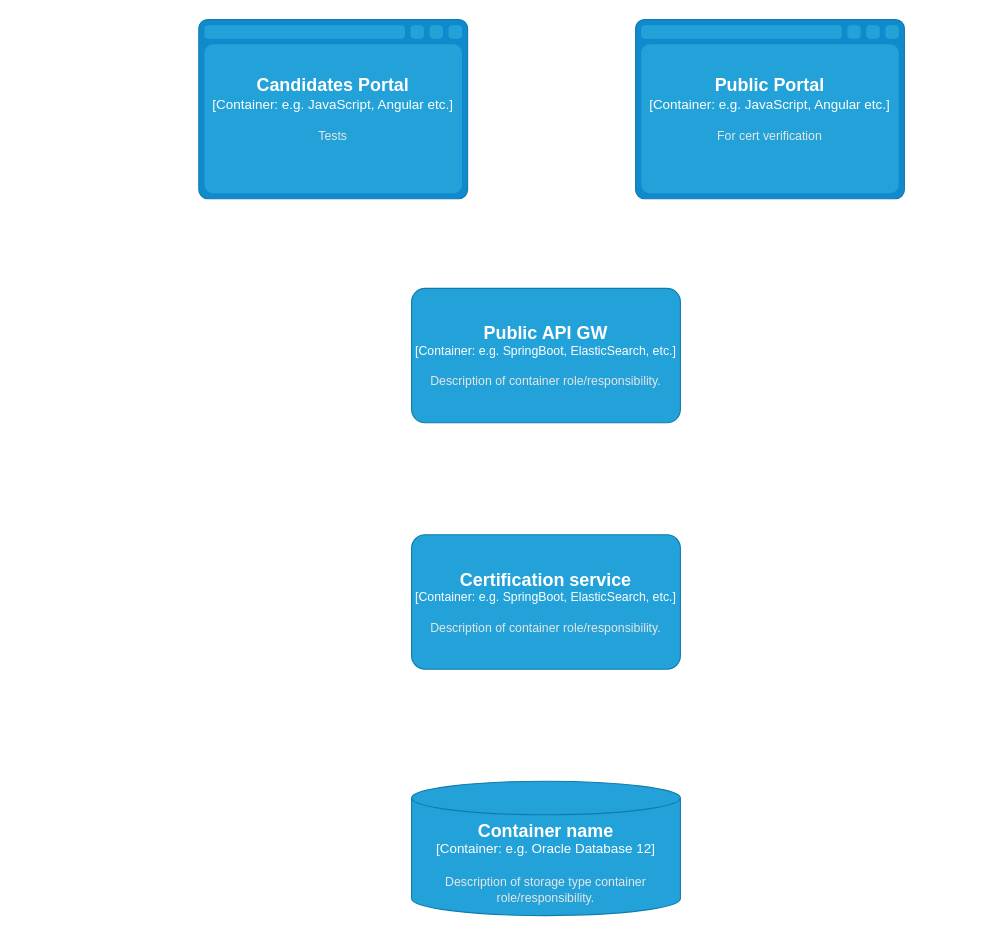
architectrons/arch-kata-2025 keeps this draw.io diagram as page "C3- Certification Container Components" (5 of 6) of Certifiable c4.drawio. Above is the earlier version. Source tidied: cells renumbered, new cells numbered last; positions are measured from the earlier drawing's top-left corner, leaving out a move shared by most shapes. Both pictures are drawn from the tidied source at 112%, with x=0, y=0 at pixel (198, 19).
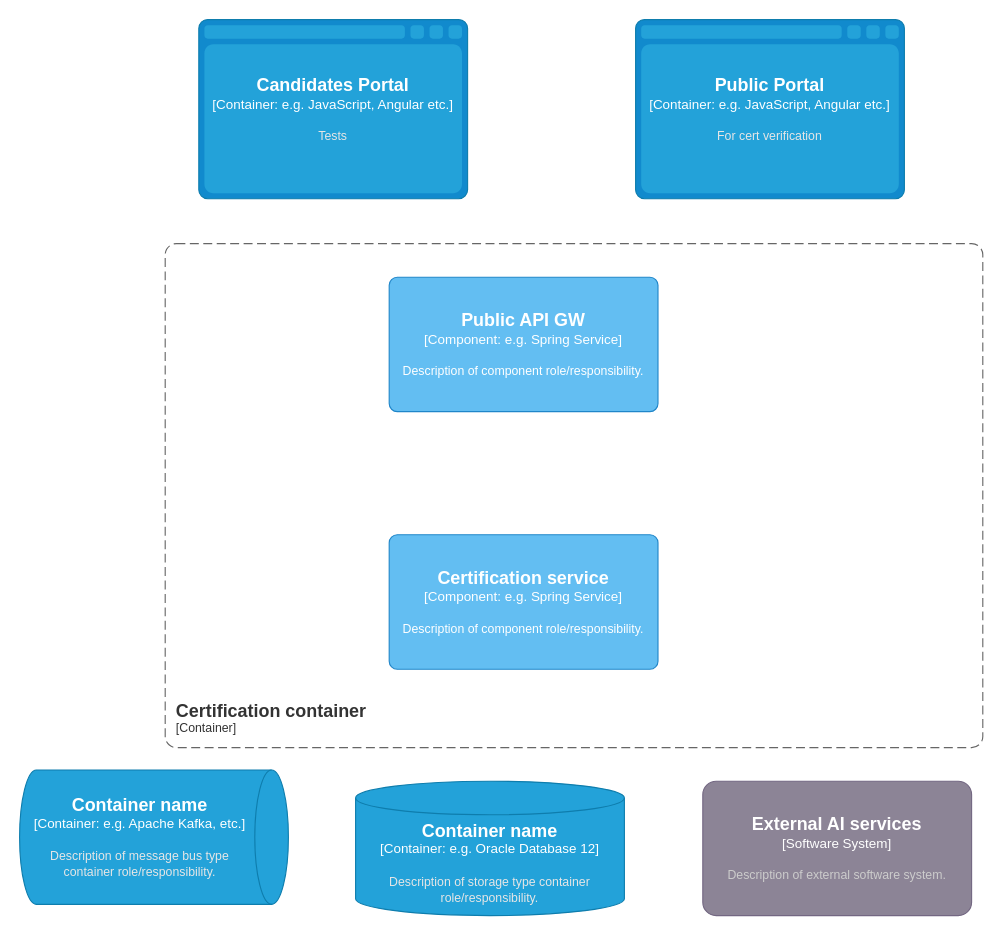
The same page after the edit.

The edit, as a diff of the source:
```diff
@@
 <mxGraphModel>
   <root>
     <mxCell id="0" />
     <mxCell id="1" parent="0" />
     <object id="2" label="&lt;font style=&quot;font-size: 16px&quot;&gt;&lt;b&gt;%c4Name%&lt;/b&gt;&lt;/font&gt;&lt;div&gt;[%c4Type%:&amp;nbsp;%c4Technology%]&lt;/div&gt;&lt;br&gt;&lt;div&gt;&lt;font style=&quot;font-size: 11px&quot;&gt;&lt;font color=&quot;#E6E6E6&quot;&gt;%c4Description%&lt;/font&gt;&lt;/div&gt;" c4Description="Tests" c4Name="Candidates Portal" c4Technology="e.g. JavaScript, Angular etc." c4Type="Container" placeholders="1">
       <mxCell style="shape=mxgraph.c4.webBrowserContainer2;whiteSpace=wrap;html=1;boundedLbl=1;rounded=0;labelBackgroundColor=none;strokeColor=#118ACD;fillColor=#23A2D9;strokeColor=#118ACD;strokeColor2=#0E7DAD;fontSize=12;fontColor=#ffffff;align=center;" parent="1" vertex="1">
         <mxGeometry width="240" height="160" as="geometry" />
       </mxCell>
     </object>
     <object id="3" label="&lt;font style=&quot;font-size: 16px&quot;&gt;&lt;b&gt;%c4Name%&lt;/b&gt;&lt;/font&gt;&lt;div&gt;[%c4Type%:&amp;nbsp;%c4Technology%]&lt;/div&gt;&lt;br&gt;&lt;div&gt;&lt;font style=&quot;font-size: 11px&quot;&gt;&lt;font color=&quot;#E6E6E6&quot;&gt;%c4Description%&lt;/font&gt;&lt;/div&gt;" c4Description="For cert verification" c4Name="Public Portal" c4Technology="e.g. JavaScript, Angular etc." c4Type="Container" placeholders="1">
       <mxCell style="shape=mxgraph.c4.webBrowserContainer2;whiteSpace=wrap;html=1;boundedLbl=1;rounded=0;labelBackgroundColor=none;strokeColor=#118ACD;fillColor=#23A2D9;strokeColor=#118ACD;strokeColor2=#0E7DAD;fontSize=12;fontColor=#ffffff;align=center;" parent="1" vertex="1">
         <mxGeometry x="390" width="240" height="160" as="geometry" />
       </mxCell>
     </object>
-    <object id="4" label="&lt;font style=&quot;font-size: 16px&quot;&gt;&lt;b&gt;%c4Name%&lt;/b&gt;&lt;/font&gt;&lt;div&gt;[%c4Type%: %c4Technology%]&lt;/div&gt;&lt;br&gt;&lt;div&gt;&lt;font style=&quot;font-size: 11px&quot;&gt;&lt;font color=&quot;#E6E6E6&quot;&gt;%c4Description%&lt;/font&gt;&lt;/div&gt;" c4Description="Description of container role/responsibility." c4Name="Public API GW" c4Technology="e.g. SpringBoot, ElasticSearch, etc." c4Type="Container" placeholders="1">
-      <mxCell style="rounded=1;whiteSpace=wrap;html=1;fontSize=11;labelBackgroundColor=none;fillColor=#23A2D9;fontColor=#ffffff;align=center;arcSize=10;strokeColor=#0E7DAD;" parent="1" vertex="1">
-        <mxGeometry x="190" y="240" width="240" height="120" as="geometry" />
-      </mxCell>
-    </object>
-    <object id="5" label="&lt;font style=&quot;font-size: 16px&quot;&gt;&lt;b&gt;%c4Name%&lt;/b&gt;&lt;/font&gt;&lt;div&gt;[%c4Type%: %c4Technology%]&lt;/div&gt;&lt;br&gt;&lt;div&gt;&lt;font style=&quot;font-size: 11px&quot;&gt;&lt;font color=&quot;#E6E6E6&quot;&gt;%c4Description%&lt;/font&gt;&lt;/div&gt;" c4Description="Description of container role/responsibility." c4Name="Certification service" c4Technology="e.g. SpringBoot, ElasticSearch, etc." c4Type="Container" placeholders="1">
-      <mxCell style="rounded=1;whiteSpace=wrap;html=1;fontSize=11;labelBackgroundColor=none;fillColor=#23A2D9;fontColor=#ffffff;align=center;arcSize=10;strokeColor=#0E7DAD;" parent="1" vertex="1">
-        <mxGeometry x="190" y="460" width="240" height="120" as="geometry" />
-      </mxCell>
-    </object>
     <object id="6" label="&lt;font style=&quot;font-size: 16px&quot;&gt;&lt;b&gt;%c4Name%&lt;/b&gt;&lt;/font&gt;&lt;div&gt;[%c4Type%:&amp;nbsp;%c4Technology%]&lt;/div&gt;&lt;br&gt;&lt;div&gt;&lt;font style=&quot;font-size: 11px&quot;&gt;&lt;font color=&quot;#E6E6E6&quot;&gt;%c4Description%&lt;/font&gt;&lt;/div&gt;" c4Description="Description of storage type container role/responsibility." c4Name="Container name" c4Technology="e.g. Oracle Database 12" c4Type="Container" placeholders="1">
       <mxCell style="shape=cylinder3;size=15;whiteSpace=wrap;html=1;boundedLbl=1;rounded=0;labelBackgroundColor=none;fillColor=#23A2D9;fontSize=12;fontColor=#ffffff;align=center;strokeColor=#0E7DAD;" parent="1" vertex="1">
-        <mxGeometry x="190" y="680" width="240" height="120" as="geometry" />
+        <mxGeometry x="140" y="680" width="240" height="120" as="geometry" />
       </mxCell>
     </object>
+    <object id="7" label="&lt;font style=&quot;font-size: 16px&quot;&gt;&lt;b&gt;%c4Name%&lt;/b&gt;&lt;/font&gt;&lt;div&gt;[%c4Type%: %c4Technology%]&lt;/div&gt;&lt;br&gt;&lt;div&gt;&lt;font style=&quot;font-size: 11px&quot;&gt;%c4Description%&lt;/font&gt;&lt;/div&gt;" c4Description="Description of component role/responsibility." c4Name="Public API GW" c4Technology="e.g. Spring Service" c4Type="Component" placeholders="1">
+      <mxCell style="rounded=1;whiteSpace=wrap;html=1;labelBackgroundColor=none;fillColor=#63BEF2;fontColor=#ffffff;align=center;arcSize=6;strokeColor=#2086C9;" parent="1" vertex="1">
+        <mxGeometry x="170" y="230" width="240" height="120" as="geometry" />
+      </mxCell>
+    </object>
+    <object id="8" label="&lt;font style=&quot;font-size: 16px&quot;&gt;&lt;b&gt;%c4Name%&lt;/b&gt;&lt;/font&gt;&lt;div&gt;[%c4Type%: %c4Technology%]&lt;/div&gt;&lt;br&gt;&lt;div&gt;&lt;font style=&quot;font-size: 11px&quot;&gt;%c4Description%&lt;/font&gt;&lt;/div&gt;" c4Description="Description of component role/responsibility." c4Name="Certification service" c4Technology="e.g. Spring Service" c4Type="Component" placeholders="1">
+      <mxCell style="rounded=1;whiteSpace=wrap;html=1;labelBackgroundColor=none;fillColor=#63BEF2;fontColor=#ffffff;align=center;arcSize=6;strokeColor=#2086C9;" parent="1" vertex="1">
+        <mxGeometry x="170" y="460" width="240" height="120" as="geometry" />
+      </mxCell>
+    </object>
+    <object id="9" label="&lt;font style=&quot;font-size: 16px&quot;&gt;&lt;b&gt;&lt;div style=&quot;text-align: left&quot;&gt;%c4Name%&lt;/div&gt;&lt;/b&gt;&lt;/font&gt;&lt;div style=&quot;text-align: left&quot;&gt;[%c4Application%]&lt;/div&gt;" c4Application="Container" c4Name="Certification container" placeholders="1">
+      <mxCell style="rounded=1;fontSize=11;whiteSpace=wrap;html=1;dashed=1;arcSize=20;fillColor=none;strokeColor=#666666;fontColor=#333333;labelBackgroundColor=none;align=left;verticalAlign=bottom;labelBorderColor=none;spacingTop=0;spacing=10;dashPattern=8 4;perimeter=rectanglePerimeter;noLabel=0;labelPadding=0;absoluteArcSize=1;" parent="1" vertex="1">
+        <mxGeometry x="-30" y="200" width="730" height="450" as="geometry" />
+      </mxCell>
+    </object>
+    <object id="10" label="&lt;font style=&quot;font-size: 16px&quot;&gt;&lt;b&gt;%c4Name%&lt;/b&gt;&lt;/font&gt;&lt;div&gt;[%c4Type%]&lt;/div&gt;&lt;br&gt;&lt;div&gt;&lt;font style=&quot;font-size: 11px&quot;&gt;&lt;font color=&quot;#cccccc&quot;&gt;%c4Description%&lt;/font&gt;&lt;/div&gt;" c4Description="Description of external software system." c4Name="External AI services" c4Type="Software System" placeholders="1">
+      <mxCell style="rounded=1;whiteSpace=wrap;html=1;labelBackgroundColor=none;fillColor=#8C8496;fontColor=#ffffff;align=center;arcSize=10;strokeColor=#736782;" parent="1" vertex="1">
+        <mxGeometry x="450" y="680" width="240" height="120" as="geometry" />
+      </mxCell>
+    </object>
+    <object id="11" label="&lt;font style=&quot;font-size: 16px&quot;&gt;&lt;b&gt;%c4Name%&lt;/b&gt;&lt;/font&gt;&lt;div&gt;[%c4Type%:&amp;nbsp;%c4Technology%]&lt;/div&gt;&lt;br&gt;&lt;div&gt;&lt;font style=&quot;font-size: 11px&quot;&gt;&lt;font color=&quot;#E6E6E6&quot;&gt;%c4Description%&lt;/font&gt;&lt;/div&gt;" c4Description="Description of message bus type container role/responsibility." c4Name="Container name" c4Technology="e.g. Apache Kafka, etc." c4Type="Container" placeholders="1">
+      <mxCell style="shape=cylinder3;size=15;direction=south;whiteSpace=wrap;html=1;boundedLbl=1;rounded=0;labelBackgroundColor=none;fillColor=#23A2D9;fontSize=12;fontColor=#ffffff;align=center;strokeColor=#0E7DAD;" parent="1" vertex="1">
+        <mxGeometry x="-160" y="670" width="240" height="120" as="geometry" />
+      </mxCell>
+    </object>
   </root>
 </mxGraphModel>
```
